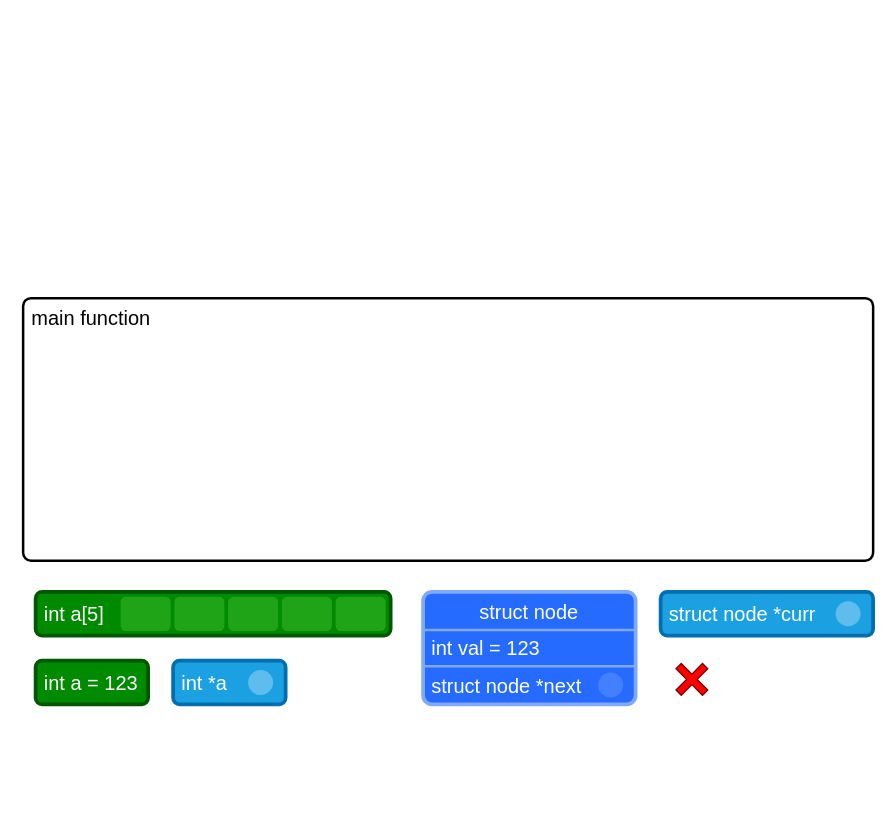
Earlier version of the draw.io diagram page "Main only" (1 of 2) of C Memory Model.drawio (AutumnalBlake/COMP2521-23T3). Source tidied: cells renumbered, new cells numbered last; positions are measured from the earlier drawing's top-left corner, leaving out a move shared by most shapes. Both pictures are drawn from the tidied source at 125%, with x=0, y=0 at pixel (22, 298).
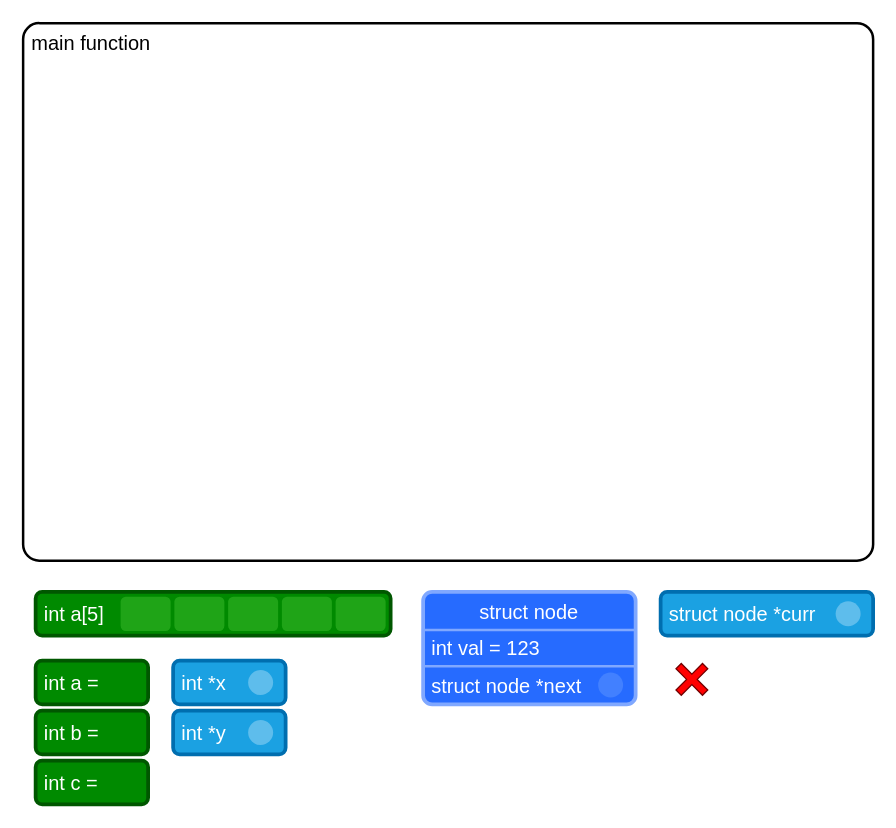
The same diagram, later.

Unchanged cells that the change refers to:
```xml
<mxCell id="3" style="group;" parent="1" vertex="1">
  <mxGeometry x="120" y="290" width="90" height="35" as="geometry" />
</mxCell>
<mxCell id="6" style="group;" parent="1" vertex="1">
  <mxGeometry x="10" y="290" width="90" height="35" as="geometry" />
</mxCell>
```

Diff of the diagram source:
```diff
@@
     <mxCell id="2" value="main function" style="rounded=1;whiteSpace=wrap;html=1;verticalAlign=top;align=left;spacingLeft=5;strokeWidth=2;fontSize=16;arcSize=3;" parent="1" vertex="1">
-      <mxGeometry width="680" height="210" as="geometry" />
+      <mxGeometry y="-220" width="680" height="430" as="geometry" />
     </mxCell>
@@
-    <mxCell id="4" value="int *a" style="rounded=1;whiteSpace=wrap;html=1;strokeWidth=3;fillColor=#1ba1e2;fontColor=#ffffff;strokeColor=#006EAF;fontSize=16;align=left;spacingLeft=5;" parent="3" vertex="1">
+    <mxCell id="4" value="int *x" style="rounded=1;whiteSpace=wrap;html=1;strokeWidth=3;fillColor=#1ba1e2;fontColor=#ffffff;strokeColor=#006EAF;fontSize=16;align=left;spacingLeft=5;" parent="3" vertex="1">
       <mxGeometry width="90" height="35" as="geometry" />
     </mxCell>
@@
-    <mxCell id="7" value="int a = 123" style="rounded=1;whiteSpace=wrap;html=1;strokeWidth=3;fillColor=#008a00;fontColor=#ffffff;strokeColor=#005700;fontSize=16;align=left;spacingLeft=5;" parent="6" vertex="1">
+    <mxCell id="7" value="int a =" style="rounded=1;whiteSpace=wrap;html=1;strokeWidth=3;fillColor=#008a00;fontColor=#ffffff;strokeColor=#005700;fontSize=16;align=left;spacingLeft=5;" parent="6" vertex="1">
       <mxGeometry width="90" height="35" as="geometry" />
     </mxCell>
@@
+    <mxCell id="25" style="group;" parent="1" vertex="1">
+      <mxGeometry x="10" y="330" width="90" height="35" as="geometry" />
+    </mxCell>
+    <mxCell id="26" value="int b = " style="rounded=1;whiteSpace=wrap;html=1;strokeWidth=3;fillColor=#008a00;fontColor=#ffffff;strokeColor=#005700;fontSize=16;align=left;spacingLeft=5;" parent="25" vertex="1">
+      <mxGeometry width="90" height="35" as="geometry" />
+    </mxCell>
+    <mxCell id="27" style="group;" parent="1" vertex="1">
+      <mxGeometry x="10" y="370" width="90" height="35" as="geometry" />
+    </mxCell>
+    <mxCell id="28" value="int c = " style="rounded=1;whiteSpace=wrap;html=1;strokeWidth=3;fillColor=#008a00;fontColor=#ffffff;strokeColor=#005700;fontSize=16;align=left;spacingLeft=5;" parent="27" vertex="1">
+      <mxGeometry width="90" height="35" as="geometry" />
+    </mxCell>
+    <mxCell id="29" style="group;" parent="1" vertex="1">
+      <mxGeometry x="120" y="330" width="90" height="35" as="geometry" />
+    </mxCell>
+    <mxCell id="30" value="int *y" style="rounded=1;whiteSpace=wrap;html=1;strokeWidth=3;fillColor=#1ba1e2;fontColor=#ffffff;strokeColor=#006EAF;fontSize=16;align=left;spacingLeft=5;" parent="29" vertex="1">
+      <mxGeometry width="90" height="35" as="geometry" />
+    </mxCell>
+    <mxCell id="31" style="ellipse;whiteSpace=wrap;html=1;strokeColor=none;fillColor=#5ebdec;" parent="29" vertex="1">
+      <mxGeometry x="60" y="7.5" width="20" height="20" as="geometry" />
+    </mxCell>
```
